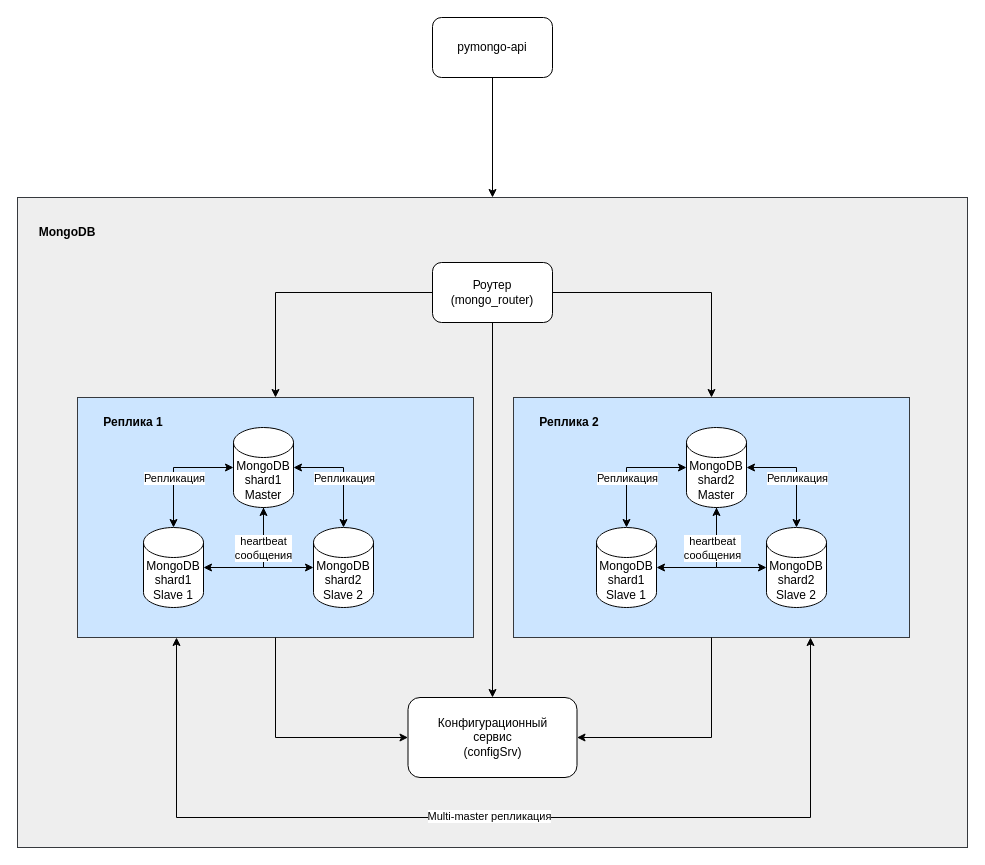
Above: page "MongoDBReplica" (4 of 5) of task1.drawio in AKolmakovV/architecture-sprint-2 (draw.io), before the change. Source tidied: cells renumbered, new cells numbered last; positions are measured from the earlier drawing's top-left corner, leaving out a move shared by most shapes. Both pictures are drawn from the tidied source at 100%, with x=0, y=0 at pixel (17, 17).
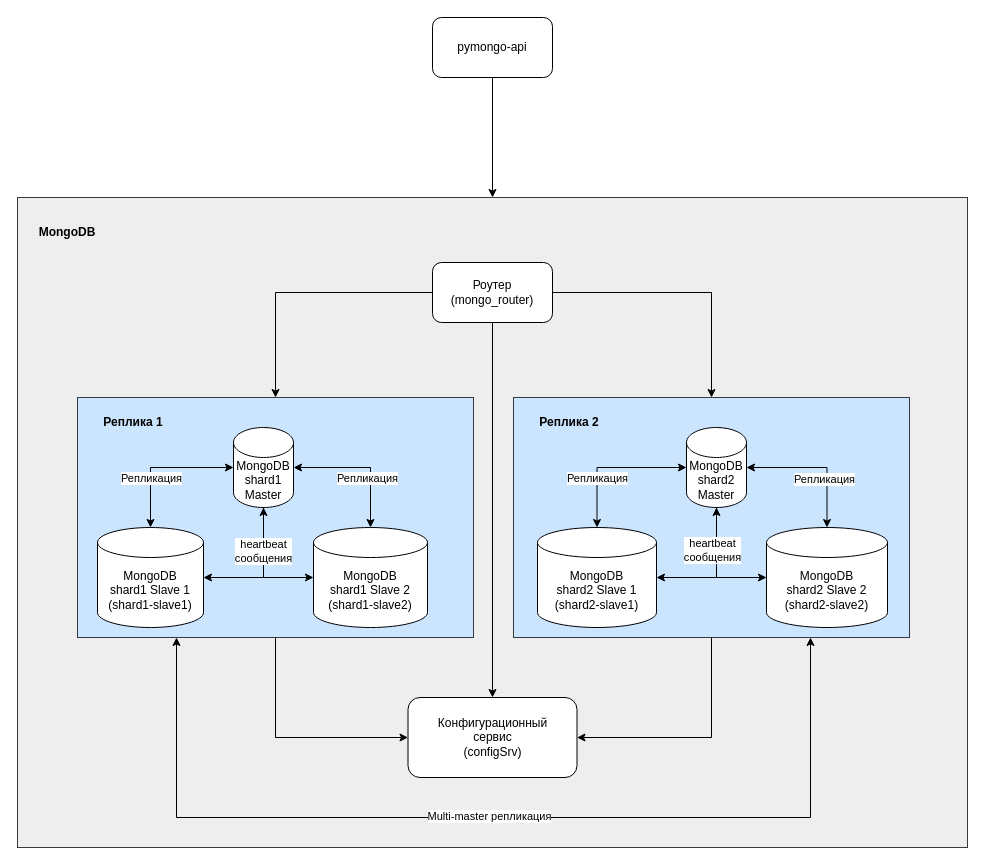
The same diagram, later.

The change refers to these unchanged cells:
```xml
<mxCell id="11" style="group;" parent="1" vertex="1">
  <mxGeometry x="60" y="380" width="832" height="240" as="geometry" />
</mxCell>
<mxCell id="19" style="edgeStyle=orthogonalEdgeStyle;rounded=0;jettySize=auto;html=1;exitX=1;exitY=0.5;exitDx=0;exitDy=0;exitPerimeter=0;startArrow=classic;startFill=1;" parent="11" edge="1" source="21" target="23">
  <mxGeometry relative="1" as="geometry" />
</mxCell>
```

Diff of the diagram source:
```diff
@@
     <mxCell id="20" value="Репликация" style="edgeLabel;html=1;align=center;verticalAlign=middle;" parent="19" vertex="1">
       <mxGeometry x="-0.19" relative="1" as="geometry">
-        <mxPoint x="5" y="10" as="offset" />
+        <mxPoint x="18" y="10" as="offset" />
       </mxGeometry>
     </mxCell>
@@
-    <mxCell id="22" value="MongoDB&lt;br&gt;shard1&lt;div&gt;Slave 1&lt;/div&gt;" style="shape=cylinder3;whiteSpace=wrap;html=1;boundedLbl=1;backgroundOutline=1;size=15;" parent="11" vertex="1">
-      <mxGeometry x="66" y="130" width="60" height="80" as="geometry" />
+    <mxCell id="22" value="MongoDB&lt;br&gt;shard1&amp;nbsp;&lt;span style=&quot;background-color: transparent; color: light-dark(rgb(0, 0, 0), rgb(255, 255, 255));&quot;&gt;Slave 1&lt;/span&gt;&lt;div&gt;(shard1-slave1)&lt;/div&gt;" style="shape=cylinder3;whiteSpace=wrap;html=1;boundedLbl=1;backgroundOutline=1;size=15;" parent="11" vertex="1">
+      <mxGeometry x="20" y="130" width="106" height="100" as="geometry" />
     </mxCell>
-    <mxCell id="23" value="MongoDB&lt;br&gt;shard2&lt;div&gt;Slave 2&lt;/div&gt;" style="shape=cylinder3;whiteSpace=wrap;html=1;boundedLbl=1;backgroundOutline=1;size=15;" parent="11" vertex="1">
-      <mxGeometry x="236" y="130" width="60" height="80" as="geometry" />
+    <mxCell id="23" value="MongoDB&lt;br&gt;shard1&amp;nbsp;&lt;span style=&quot;background-color: transparent; color: light-dark(rgb(0, 0, 0), rgb(255, 255, 255));&quot;&gt;Slave 2&lt;/span&gt;&lt;div&gt;&lt;span style=&quot;background-color: transparent; color: light-dark(rgb(0, 0, 0), rgb(255, 255, 255));&quot;&gt;(shard1-slave2)&lt;/span&gt;&lt;/div&gt;" style="shape=cylinder3;whiteSpace=wrap;html=1;boundedLbl=1;backgroundOutline=1;size=15;" parent="11" vertex="1">
+      <mxGeometry x="236" y="130" width="114" height="100" as="geometry" />
     </mxCell>
@@
-    <mxCell id="27" value="MongoDB&lt;br&gt;shard1&lt;div&gt;Slave 1&lt;/div&gt;" style="shape=cylinder3;whiteSpace=wrap;html=1;boundedLbl=1;backgroundOutline=1;size=15;" parent="11" vertex="1">
-      <mxGeometry x="519" y="130" width="60" height="80" as="geometry" />
+    <mxCell id="27" value="MongoDB&lt;br&gt;shard2&amp;nbsp;&lt;span style=&quot;background-color: transparent; color: light-dark(rgb(0, 0, 0), rgb(255, 255, 255));&quot;&gt;Slave 1&lt;/span&gt;&lt;div&gt;&lt;span style=&quot;background-color: transparent; color: light-dark(rgb(0, 0, 0), rgb(255, 255, 255));&quot;&gt;(shard2-slave1)&lt;/span&gt;&lt;/div&gt;" style="shape=cylinder3;whiteSpace=wrap;html=1;boundedLbl=1;backgroundOutline=1;size=15;" parent="11" vertex="1">
+      <mxGeometry x="460" y="130" width="119" height="100" as="geometry" />
     </mxCell>
-    <mxCell id="28" value="MongoDB&lt;br&gt;shard2&lt;div&gt;Slave 2&lt;/div&gt;" style="shape=cylinder3;whiteSpace=wrap;html=1;boundedLbl=1;backgroundOutline=1;size=15;" parent="11" vertex="1">
-      <mxGeometry x="689" y="130" width="60" height="80" as="geometry" />
+    <mxCell id="28" value="MongoDB&lt;br&gt;shard2&amp;nbsp;&lt;span style=&quot;background-color: transparent; color: light-dark(rgb(0, 0, 0), rgb(255, 255, 255));&quot;&gt;Slave 2&lt;/span&gt;&lt;div&gt;(shard2-slave2)&lt;/div&gt;" style="shape=cylinder3;whiteSpace=wrap;html=1;boundedLbl=1;backgroundOutline=1;size=15;" parent="11" vertex="1">
+      <mxGeometry x="689" y="130" width="121" height="100" as="geometry" />
     </mxCell>
     <mxCell id="29" value="Репликация" style="edgeLabel;html=1;align=center;verticalAlign=middle;" parent="11" vertex="1">
-      <mxGeometry x="96" y="80" as="geometry" />
+      <mxGeometry x="73" y="80" as="geometry" />
     </mxCell>
     <mxCell id="30" value="Репликация" style="edgeLabel;html=1;align=center;verticalAlign=middle;" parent="11" vertex="1">
-      <mxGeometry x="549" y="80" as="geometry" />
+      <mxGeometry x="519.5" y="80" as="geometry" />
     </mxCell>
     <mxCell id="31" value="Репликация" style="edgeLabel;html=1;align=center;verticalAlign=middle;" parent="11" vertex="1">
-      <mxGeometry x="719" y="80" as="geometry" />
+      <mxGeometry x="680" y="60" as="geometry">
+        <mxPoint x="66" y="21" as="offset" />
+      </mxGeometry>
     </mxCell>
```
